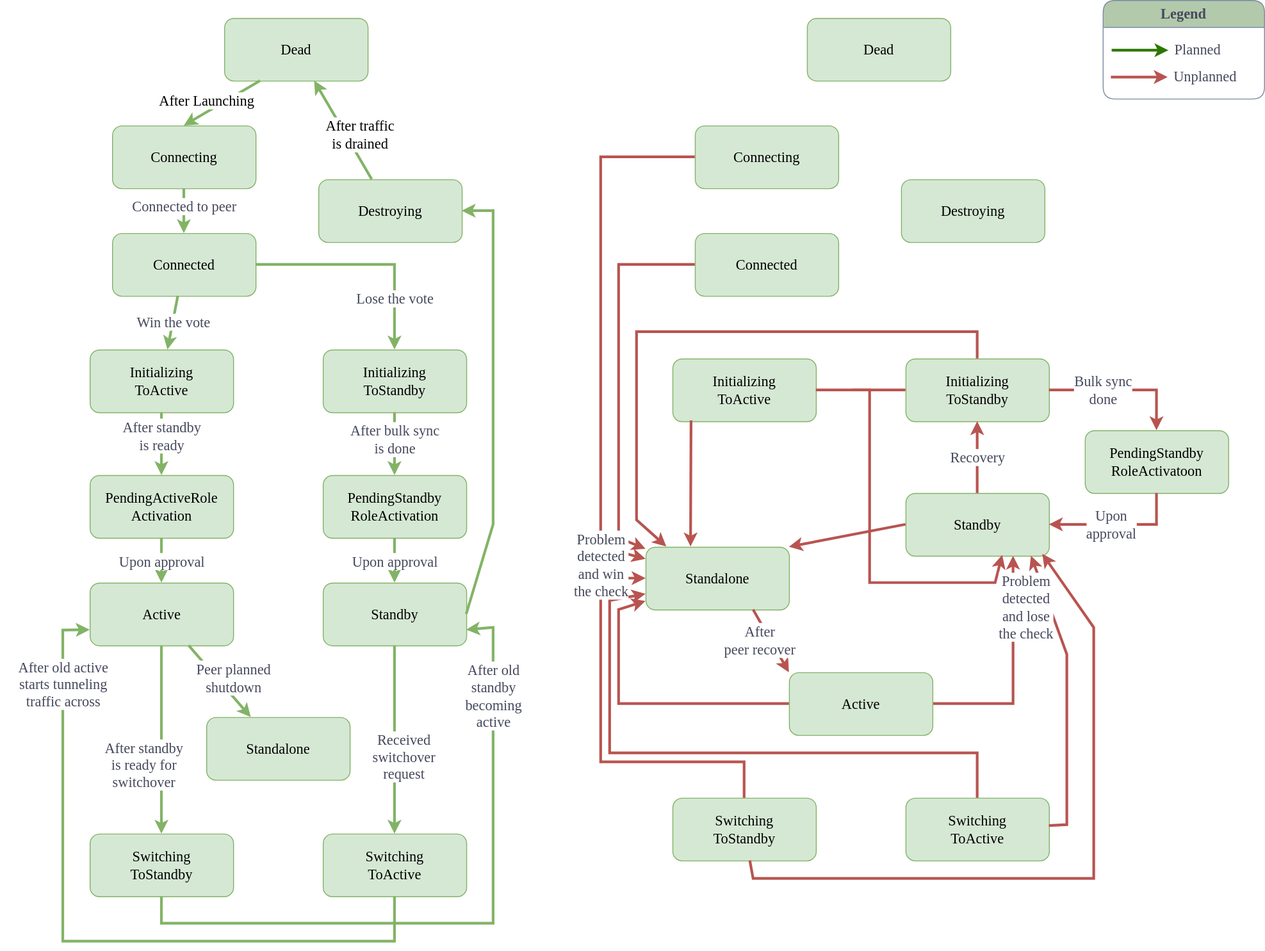
Above: doc/smart-switch/high-availability/images/ha-state-transition.svg in sonic-net/SONiC (draw.io), before the change. Source tidied: cells renumbered, new cells last; positions are measured from the earlier drawing's top-left corner, leaving out a move shared by most shapes.
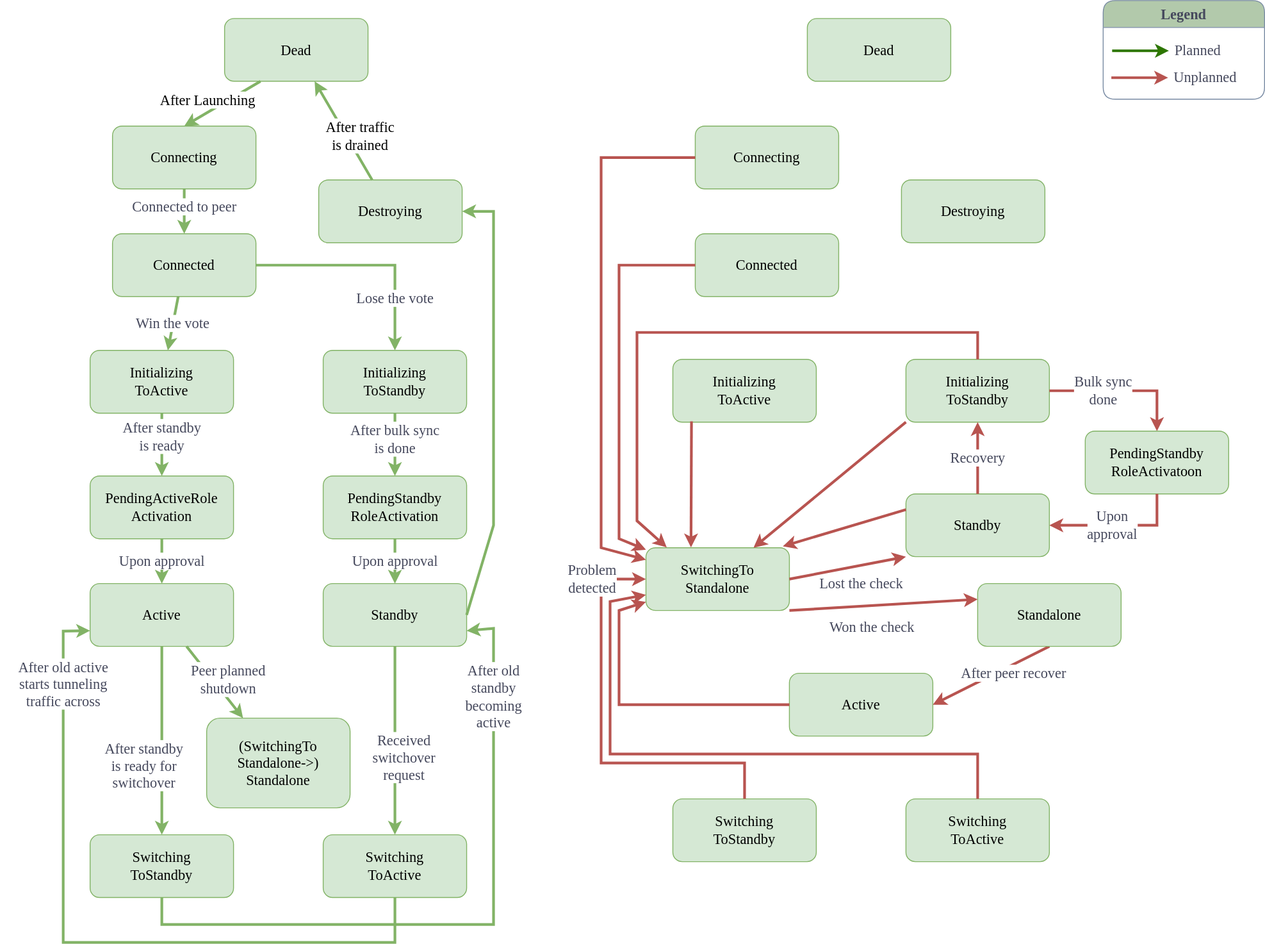
Above is the later version.

Commit message:
Update the Standalone workflow

What changed in the source:
```diff
@@ -2,13 +2,6 @@
   <root>
     <mxCell id="0" />
     <mxCell id="1" parent="0" />
-    <mxCell id="2" style="endArrow=classic;html=1;rounded=0;strokeColor=#b85450;fontFamily=Consolas,Monaco;fontSize=16;fontColor=#46495D;startSize=23;fillColor=#f8cecc;strokeWidth=3;labelBackgroundColor=#FFFFFF;exitX=1;exitY=0.5;exitDx=0;exitDy=0;entryX=0.75;entryY=1;entryDx=0;entryDy=0;" parent="1" edge="1" source="34" target="35">
-      <mxGeometry relative="1" as="geometry">
-        <Array as="points">
-          <mxPoint x="1060" y="785" />
-        </Array>
-      </mxGeometry>
-    </mxCell>
     <mxCell id="3" value="Initializing&lt;br style=&quot;font-size: 16px;&quot;&gt;ToActive" style="rounded=1;whiteSpace=wrap;html=1;fontFamily=Consolas,Monaco;fontSize=16;fillColor=#d5e8d4;strokeColor=#82b366;" parent="1" vertex="1">
       <mxGeometry x="30" y="390" width="160" height="70" as="geometry" />
     </mxCell>
@@ -30,8 +23,8 @@
     <mxCell id="9" value="Standby" style="rounded=1;whiteSpace=wrap;html=1;fontFamily=Consolas,Monaco;fontSize=16;fillColor=#d5e8d4;strokeColor=#82b366;" parent="1" vertex="1">
       <mxGeometry x="290" y="650" width="160" height="70" as="geometry" />
     </mxCell>
-    <mxCell id="10" value="Standalone" style="rounded=1;whiteSpace=wrap;html=1;fontFamily=Consolas,Monaco;fontSize=16;fillColor=#d5e8d4;strokeColor=#82b366;" parent="1" vertex="1">
-      <mxGeometry x="160" y="800" width="160" height="70" as="geometry" />
+    <mxCell id="10" value="(SwitchingTo&lt;br&gt;&lt;span style=&quot;background-color: transparent; color: light-dark(rgb(0, 0, 0), rgb(255, 255, 255));&quot;&gt;Standalone&lt;/span&gt;&lt;span style=&quot;background-color: transparent; color: light-dark(rgb(0, 0, 0), rgb(255, 255, 255));&quot;&gt;-&amp;gt;)&lt;/span&gt;&lt;div&gt;&lt;div&gt;Standalone&lt;/div&gt;&lt;/div&gt;" style="rounded=1;whiteSpace=wrap;html=1;fontFamily=Consolas,Monaco;fontSize=16;fillColor=#d5e8d4;strokeColor=#82b366;" parent="1" vertex="1">
+      <mxGeometry x="160" y="800" width="160" height="100" as="geometry" />
     </mxCell>
     <mxCell id="11" value="Switching&lt;br style=&quot;font-size: 16px;&quot;&gt;ToStandby" style="rounded=1;whiteSpace=wrap;html=1;fontFamily=Consolas,Monaco;fontSize=16;fillColor=#d5e8d4;strokeColor=#82b366;" parent="1" vertex="1">
       <mxGeometry x="30" y="930" width="160" height="70" as="geometry" />
@@ -121,11 +114,6 @@
     <mxCell id="31" value="Connected" style="rounded=1;whiteSpace=wrap;html=1;fontFamily=Consolas,Monaco;fontSize=16;fillColor=#d5e8d4;strokeColor=#82b366;" parent="1" vertex="1">
       <mxGeometry x="705" y="260" width="160" height="70" as="geometry" />
     </mxCell>
-    <mxCell id="32" style="rounded=0;jettySize=auto;html=1;exitX=0;exitY=0.5;exitDx=0;exitDy=0;endArrow=none;endFill=0;strokeWidth=3;strokeColor=light-dark(#b85450, #ededed);" parent="1" edge="1" source="33">
-      <mxGeometry relative="1" as="geometry">
-        <mxPoint x="880" y="435" as="targetPoint" />
-      </mxGeometry>
-    </mxCell>
     <mxCell id="33" value="Initializing&lt;br style=&quot;border-color: var(--border-color); font-size: 16px;&quot;&gt;ToStandby" style="rounded=1;whiteSpace=wrap;html=1;fontFamily=Consolas,Monaco;fontSize=16;fillColor=#d5e8d4;strokeColor=#82b366;" parent="1" vertex="1">
       <mxGeometry x="940" y="400" width="160" height="70" as="geometry" />
     </mxCell>
@@ -135,7 +123,7 @@
     <mxCell id="35" value="Standby" style="rounded=1;whiteSpace=wrap;html=1;fontFamily=Consolas,Monaco;fontSize=16;fillColor=#d5e8d4;strokeColor=#82b366;" parent="1" vertex="1">
       <mxGeometry x="940" y="550" width="160" height="70" as="geometry" />
     </mxCell>
-    <mxCell id="36" value="Standalone" style="rounded=1;whiteSpace=wrap;html=1;fontFamily=Consolas,Monaco;fontSize=16;fillColor=#d5e8d4;strokeColor=#82b366;" parent="1" vertex="1">
+    <mxCell id="36" value="SwitchingTo&lt;div&gt;Standalone&lt;/div&gt;" style="rounded=1;whiteSpace=wrap;html=1;fontFamily=Consolas,Monaco;fontSize=16;fillColor=#d5e8d4;strokeColor=#82b366;" parent="1" vertex="1">
       <mxGeometry x="650" y="610" width="160" height="70" as="geometry" />
     </mxCell>
     <mxCell id="37" value="Switching&lt;br style=&quot;font-size: 16px;&quot;&gt;ToStandby" style="rounded=1;whiteSpace=wrap;html=1;fontFamily=Consolas,Monaco;fontSize=16;fillColor=#d5e8d4;strokeColor=#82b366;" parent="1" vertex="1">
@@ -180,8 +168,8 @@
     <mxCell id="44" style="endArrow=classic;html=1;rounded=0;strokeColor=#b85450;fontFamily=Consolas,Monaco;fontSize=16;fontColor=#46495D;startSize=23;fillColor=#f8cecc;strokeWidth=3;labelBackgroundColor=#FFFFFF;exitX=0.13;exitY=0.987;exitDx=0;exitDy=0;entryX=0.314;entryY=-0.005;entryDx=0;entryDy=0;entryPerimeter=0;exitPerimeter=0;" parent="1" edge="1" source="28" target="36">
       <mxGeometry relative="1" as="geometry" />
     </mxCell>
-    <mxCell id="45" value="After&lt;br style=&quot;font-size: 16px;&quot;&gt;peer recover" style="endArrow=classic;html=1;rounded=0;strokeColor=#b85450;fontFamily=Consolas,Monaco;fontSize=16;fontColor=#46495D;startSize=23;fillColor=#f8cecc;strokeWidth=3;labelBackgroundColor=#FFFFFF;exitX=0.75;exitY=1;exitDx=0;exitDy=0;entryX=0;entryY=0;entryDx=0;entryDy=0;" parent="1" edge="1" source="36" target="34">
-      <mxGeometry x="-0.18" y="-11" relative="1" as="geometry" />
+    <mxCell id="45" value="After peer recover" style="endArrow=classic;html=1;rounded=0;strokeColor=#b85450;fontFamily=Consolas,Monaco;fontSize=16;fontColor=#46495D;startSize=23;fillColor=#f8cecc;strokeWidth=3;labelBackgroundColor=#FFFFFF;exitX=0.5;exitY=1;exitDx=0;exitDy=0;entryX=1;entryY=0.5;entryDx=0;entryDy=0;" parent="1" edge="1" source="67" target="34">
+      <mxGeometry x="-0.32" y="9" relative="1" as="geometry" />
     </mxCell>
     <mxCell id="46" style="endArrow=classic;html=1;rounded=0;strokeColor=#b85450;fontFamily=Consolas,Monaco;fontSize=16;fontColor=#46495D;startSize=23;fillColor=#f8cecc;strokeWidth=3;labelBackgroundColor=#FFFFFF;" parent="1" edge="1" source="30" target="36">
       <mxGeometry relative="1" as="geometry">
@@ -212,15 +200,6 @@
     <mxCell id="51" value="Unplanned" style="text;html=1;strokeColor=none;fillColor=none;align=left;verticalAlign=middle;whiteSpace=wrap;rounded=0;fontColor=#46495D;fontSize=16;fontFamily=Consolas,Monaco;" parent="47" vertex="1">
       <mxGeometry x="77.1" y="70" width="102.9" height="30" as="geometry" />
     </mxCell>
-    <mxCell id="52" style="endArrow=classic;html=1;rounded=0;strokeColor=#b85450;fontFamily=Consolas,Monaco;fontSize=16;fontColor=#46495D;startSize=23;fillColor=#f8cecc;strokeWidth=3;labelBackgroundColor=#FFFFFF;entryX=0.674;entryY=0.987;entryDx=0;entryDy=0;entryPerimeter=0;" parent="1" edge="1" source="28" target="35">
-      <mxGeometry relative="1" as="geometry">
-        <Array as="points">
-          <mxPoint x="900" y="435" />
-          <mxPoint x="900" y="650" />
-          <mxPoint x="1040" y="650" />
-        </Array>
-      </mxGeometry>
-    </mxCell>
     <mxCell id="53" style="endArrow=classic;html=1;rounded=0;strokeColor=#b85450;fontFamily=Consolas,Monaco;fontSize=16;fontColor=#46495D;startSize=23;fillColor=#f8cecc;strokeWidth=3;labelBackgroundColor=#FFFFFF;entryX=0;entryY=0.5;entryDx=0;entryDy=0;" parent="1" edge="1" source="37" target="36">
       <mxGeometry relative="1" as="geometry">
         <Array as="points">
@@ -230,13 +209,13 @@
         </Array>
       </mxGeometry>
     </mxCell>
-    <mxCell id="54" value="Problem&lt;br style=&quot;font-size: 16px;&quot;&gt;detected&lt;br style=&quot;font-size: 16px;&quot;&gt;and win&lt;br style=&quot;font-size: 16px;&quot;&gt;the check" style="endArrow=classic;html=1;rounded=0;strokeColor=#b85450;fontFamily=Consolas,Monaco;fontSize=16;fontColor=#46495D;startSize=23;fillColor=#f8cecc;strokeWidth=3;labelBackgroundColor=#FFFFFF;" parent="1" edge="1" source="31" target="36">
-      <mxGeometry x="0.85" y="-36" relative="1" as="geometry">
+    <mxCell id="54" value="Problem&lt;br style=&quot;font-size: 16px;&quot;&gt;detected" style="endArrow=classic;html=1;rounded=0;strokeColor=#b85450;fontFamily=Consolas,Monaco;fontSize=16;fontColor=#46495D;startSize=23;fillColor=#f8cecc;strokeWidth=3;labelBackgroundColor=#FFFFFF;" parent="1" edge="1" source="31" target="36">
+      <mxGeometry x="0.85" y="-54" relative="1" as="geometry">
         <Array as="points">
           <mxPoint x="620" y="295" />
           <mxPoint x="620" y="600" />
         </Array>
-        <mxPoint x="-6" y="-3" as="offset" />
+        <mxPoint x="24" y="46" as="offset" />
       </mxGeometry>
     </mxCell>
     <mxCell id="55" value="Bulk sync&lt;br style=&quot;font-size: 16px;&quot;&gt;done" style="endArrow=classic;html=1;rounded=0;strokeColor=#b85450;fontFamily=Consolas,Monaco;fontSize=16;fontColor=#46495D;startSize=23;fillColor=#f8cecc;strokeWidth=3;labelBackgroundColor=#FFFFFF;entryX=0.5;entryY=0;entryDx=0;entryDy=0;" parent="1" edge="1" source="33" target="63">
@@ -246,24 +225,6 @@
         </Array>
       </mxGeometry>
     </mxCell>
-    <mxCell id="56" style="endArrow=classic;html=1;rounded=0;strokeColor=#b85450;fontFamily=Consolas,Monaco;fontSize=16;fontColor=#46495D;startSize=23;fillColor=#f8cecc;strokeWidth=3;labelBackgroundColor=#FFFFFF;" parent="1" edge="1" source="39">
-      <mxGeometry relative="1" as="geometry">
-        <mxPoint x="1080" y="620" as="targetPoint" />
-        <Array as="points">
-          <mxPoint x="1120" y="920" />
-          <mxPoint x="1120" y="730" />
-        </Array>
-      </mxGeometry>
-    </mxCell>
-    <mxCell id="57" value="Problem&lt;br style=&quot;font-size: 16px;&quot;&gt;detected&lt;br style=&quot;font-size: 16px;&quot;&gt;and lose&lt;br style=&quot;font-size: 16px;&quot;&gt;the check" style="endArrow=classic;html=1;rounded=0;strokeColor=#b85450;fontFamily=Consolas,Monaco;fontSize=16;fontColor=#46495D;startSize=23;fillColor=#f8cecc;strokeWidth=3;labelBackgroundColor=default;entryX=0.954;entryY=0.97;entryDx=0;entryDy=0;entryPerimeter=0;" parent="1" edge="1" source="37" target="35">
-      <mxGeometry x="0.91" y="49" relative="1" as="geometry">
-        <Array as="points">
-          <mxPoint x="770" y="980" />
-          <mxPoint x="1150" y="980" />
-          <mxPoint x="1150" y="700" />
-        </Array>
-      </mxGeometry>
-    </mxCell>
     <mxCell id="58" value="Peer planned&lt;br&gt;shutdown" style="endArrow=classic;html=1;rounded=0;strokeColor=#82b366;fontFamily=Consolas,Monaco;fontSize=16;fontColor=#46495D;startSize=23;fillColor=#d5e8d4;strokeWidth=3;labelBackgroundColor=#FFFFFF;" parent="1" edge="1" source="8" target="10">
       <mxGeometry x="0.14" y="14" relative="1" as="geometry" />
     </mxCell>
@@ -289,8 +250,20 @@
         </Array>
       </mxGeometry>
     </mxCell>
-    <mxCell id="65" style="endArrow=classic;html=1;rounded=0;strokeColor=#b85450;fontFamily=Consolas,Monaco;fontSize=16;fontColor=#46495D;startSize=23;fillColor=#f8cecc;strokeWidth=3;labelBackgroundColor=#FFFFFF;entryX=1;entryY=0;entryDx=0;entryDy=0;exitX=0;exitY=0.5;exitDx=0;exitDy=0;" parent="1" edge="1" source="35" target="36">
+    <mxCell id="65" style="endArrow=classic;html=1;rounded=0;strokeColor=#b85450;fontFamily=Consolas,Monaco;fontSize=16;fontColor=#46495D;startSize=23;fillColor=#f8cecc;strokeWidth=3;labelBackgroundColor=#FFFFFF;entryX=0.954;entryY=-0.022;entryDx=0;entryDy=0;exitX=0;exitY=0.25;exitDx=0;exitDy=0;entryPerimeter=0;" parent="1" edge="1" source="35" target="36">
       <mxGeometry relative="1" as="geometry" />
     </mxCell>
+    <mxCell id="66" style="endArrow=classic;html=1;rounded=0;strokeColor=#b85450;fontFamily=Consolas,Monaco;fontSize=16;fontColor=#46495D;startSize=23;fillColor=#f8cecc;strokeWidth=3;labelBackgroundColor=#FFFFFF;entryX=0.75;entryY=0;entryDx=0;entryDy=0;exitX=0;exitY=1;exitDx=0;exitDy=0;" parent="1" edge="1" source="33" target="36">
+      <mxGeometry relative="1" as="geometry" />
+    </mxCell>
+    <mxCell id="67" value="Standalone" style="rounded=1;whiteSpace=wrap;html=1;fontFamily=Consolas,Monaco;fontSize=16;fillColor=#d5e8d4;strokeColor=#82b366;" parent="1" vertex="1">
+      <mxGeometry x="1020" y="650" width="160" height="70" as="geometry" />
+    </mxCell>
+    <mxCell id="68" value="Won the check" style="endArrow=classic;html=1;rounded=0;strokeColor=light-dark(#b85450, #446e2c);fontFamily=Consolas,Monaco;fontSize=16;fontColor=#46495D;startSize=23;fillColor=#d5e8d4;strokeWidth=3;labelBackgroundColor=#FFFFFF;exitX=1;exitY=1;exitDx=0;exitDy=0;entryX=0;entryY=0.25;entryDx=0;entryDy=0;" parent="1" edge="1" source="36" target="67">
+      <mxGeometry x="-0.14" y="-23" relative="1" as="geometry" />
+    </mxCell>
+    <mxCell id="69" value="Lost the check" style="endArrow=classic;html=1;rounded=0;strokeColor=light-dark(#b85450, #446e2c);fontFamily=Consolas,Monaco;fontSize=16;fontColor=#46495D;startSize=23;fillColor=#d5e8d4;strokeWidth=3;labelBackgroundColor=#FFFFFF;exitX=1;exitY=0.5;exitDx=0;exitDy=0;entryX=0;entryY=1;entryDx=0;entryDy=0;" parent="1" edge="1" source="36" target="35">
+      <mxGeometry x="0.17" y="-20" relative="1" as="geometry" />
+    </mxCell>
   </root>
 </mxGraphModel>
```
